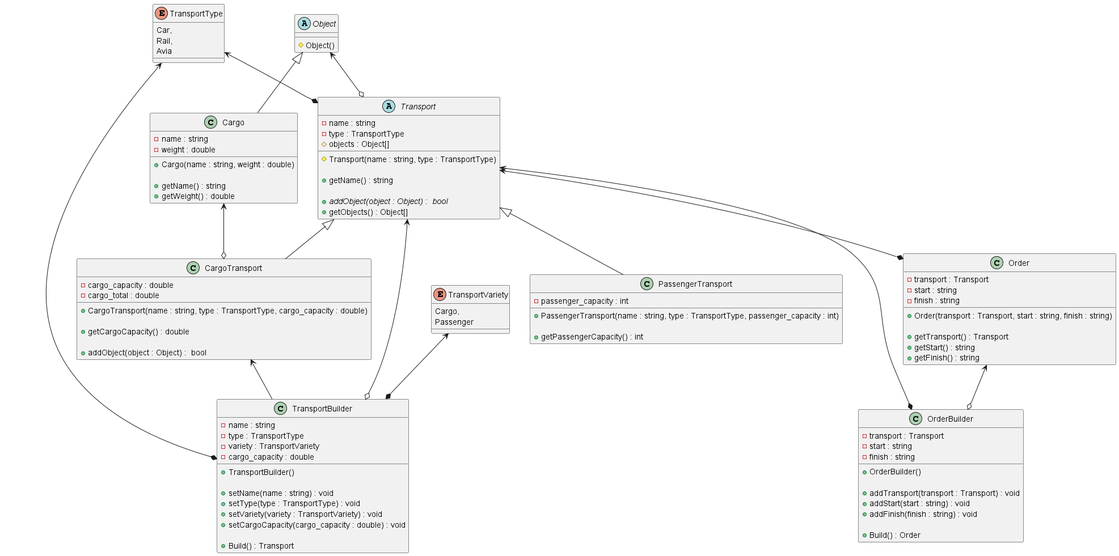
This is class_diagram.png from it-top-shambala/TransportCompany_, a PlantUML export, as it was before one commit.
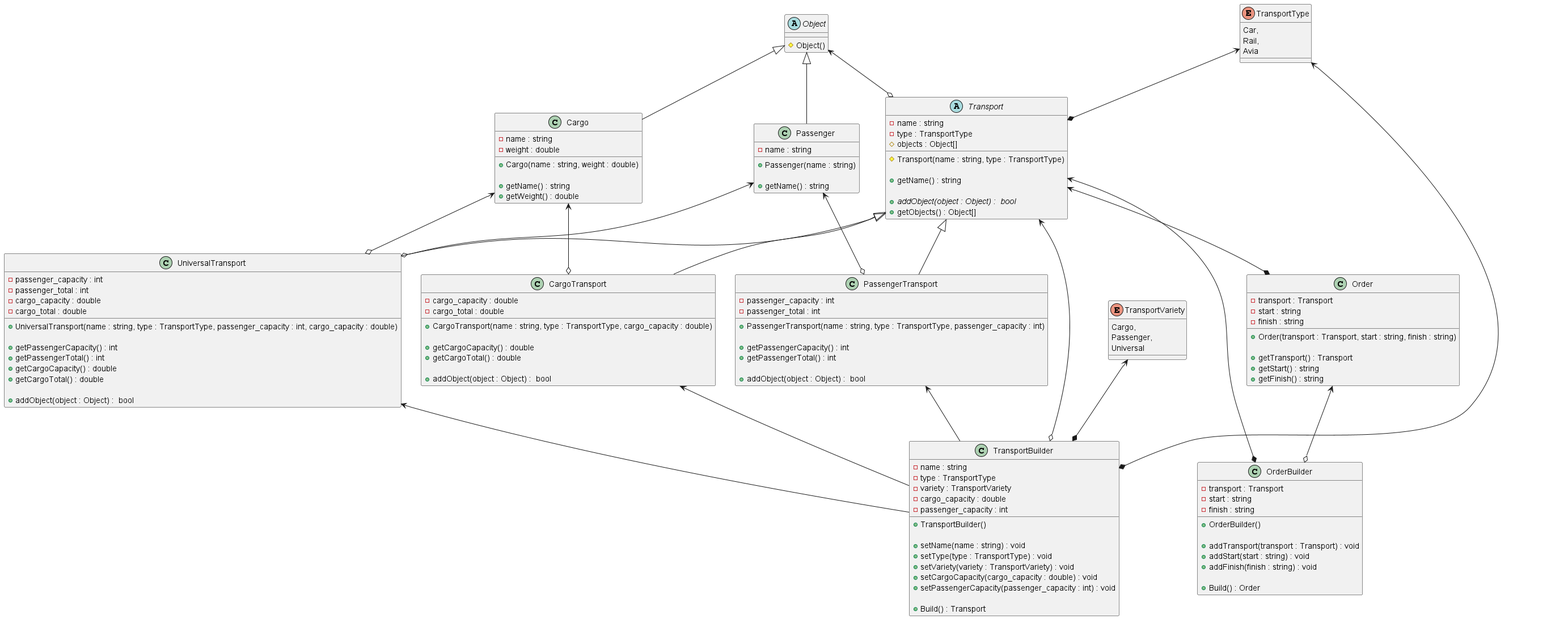
The same file after the commit.

The edit, as a diff of the source:
```diff
@@ -19,6 +19,15 @@
 
 + getName() : string
 + getWeight() : double
+}
+
+Object <|-- Passenger
+class Passenger {
+- name : string
+
++ Passenger(name : string)
+
++ getName() : string
 }
 
 
@@ -46,17 +55,42 @@
 + CargoTransport(name : string, type : TransportType, cargo_capacity : double)
 
 + getCargoCapacity() : double
++ getCargoTotal() : double
 
 + addObject(object : Object) :  bool
 }
 
 Transport <|-- PassengerTransport
+Passenger <--o PassengerTransport
 class PassengerTransport {
 - passenger_capacity : int
+- passenger_total : int
 
 + PassengerTransport(name : string, type : TransportType, passenger_capacity : int)
 
 + getPassengerCapacity() : int
++ getPassengerTotal() : int
+
++ addObject(object : Object) :  bool
+}
+
+Transport <|-- UniversalTransport
+Passenger <--o UniversalTransport
+Cargo <--o UniversalTransport
+class UniversalTransport {
+- passenger_capacity : int
+- passenger_total : int
+- cargo_capacity : double
+- cargo_total : double
+
++ UniversalTransport(name : string, type : TransportType, passenger_capacity : int, cargo_capacity : double)
+
++ getPassengerCapacity() : int
++ getPassengerTotal() : int
++ getCargoCapacity() : double
++ getCargoTotal() : double
+
++ addObject(object : Object) :  bool
 }
 
 Transport <--* Order
@@ -90,7 +124,8 @@
 
 enum TransportVariety {
 Cargo,
-Passenger
+Passenger,
+Universal
 }
 
 
@@ -98,11 +133,14 @@
 TransportType <--* TransportBuilder
 TransportVariety <--* TransportBuilder
 CargoTransport <-- TransportBuilder
+PassengerTransport <-- TransportBuilder
+UniversalTransport <-- TransportBuilder
 class TransportBuilder {
 - name : string
 - type : TransportType
 - variety : TransportVariety
 - cargo_capacity : double
+- passenger_capacity : int
 
 + TransportBuilder()
 
@@ -110,6 +148,7 @@
 + setType(type : TransportType) : void
 + setVariety(variety : TransportVariety) : void
 + setCargoCapacity(cargo_capacity : double) : void
++ setPassengerCapacity(passenger_capacity : int) : void
 
 + Build() : Transport
 }
```
